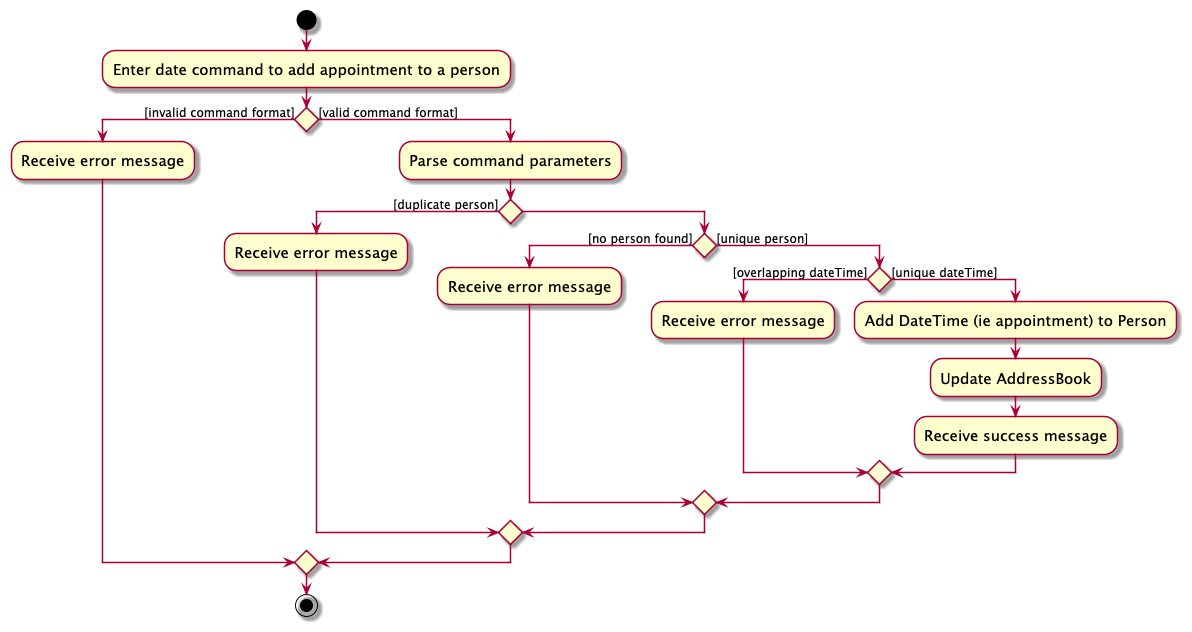
Above: docs/images/BetterDateActivityDiagram.png in nus-cs2103-AY2425S1/tp (PlantUML), before the change. Its diagram source:
```plantuml
@startuml
skin rose
skinparam ActivityFontSize 15
skinparam ArrowFontSize 12
start
:Enter date command to add appointment to a person;


if () then ([invalid command format])
    :Receive error message;
else ([valid command format])
    :Parse command parameters;

    if() then ([duplicate person])
        :Receive error message;
    else
        if() then ([no person found])
            :Receive error message;
        else([unique person])
            if() then ([overlapping dateTime])
                :Receive error message;
            else ([unique dateTime])
                :Add DateTime (ie appointment) to Person;
                :Update AddressBook;
                :Receive success message;
            endif
        endif
    endif
endif
stop
@enduml
```
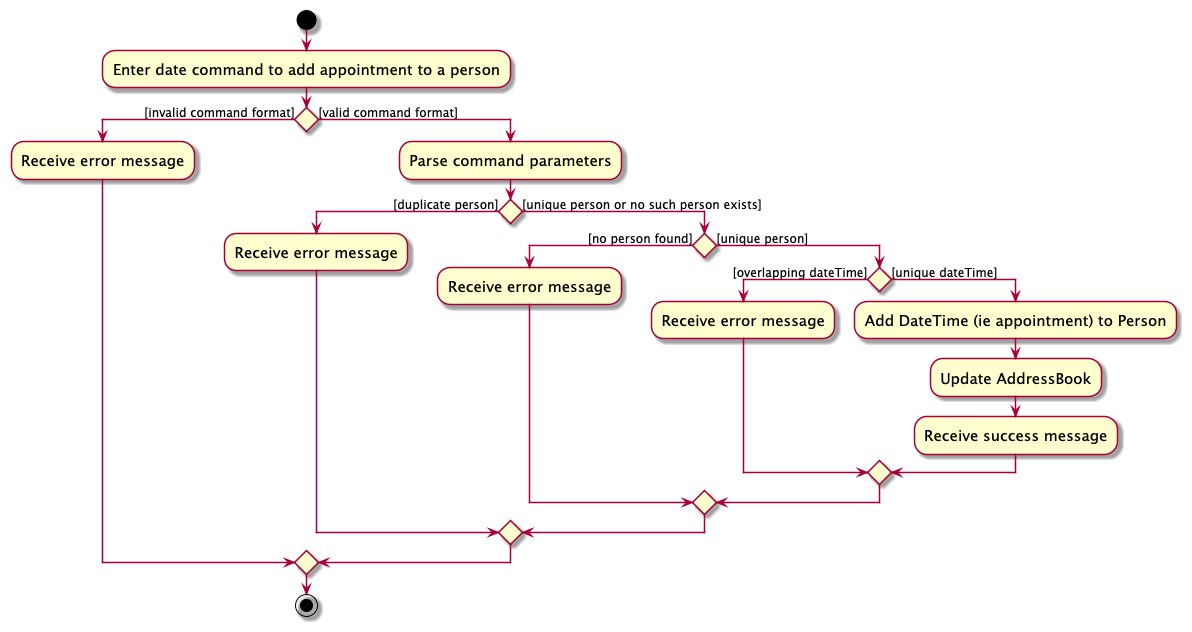
The same diagram one commit later.

Commit message:
Update activity diagram for better date Closes #256

The edit, as a diff of the source:
```diff
@@ -13,7 +13,7 @@
 
     if() then ([duplicate person])
         :Receive error message;
-    else
+    else ([unique person or no such person exists])
         if() then ([no person found])
             :Receive error message;
         else([unique person])
```
